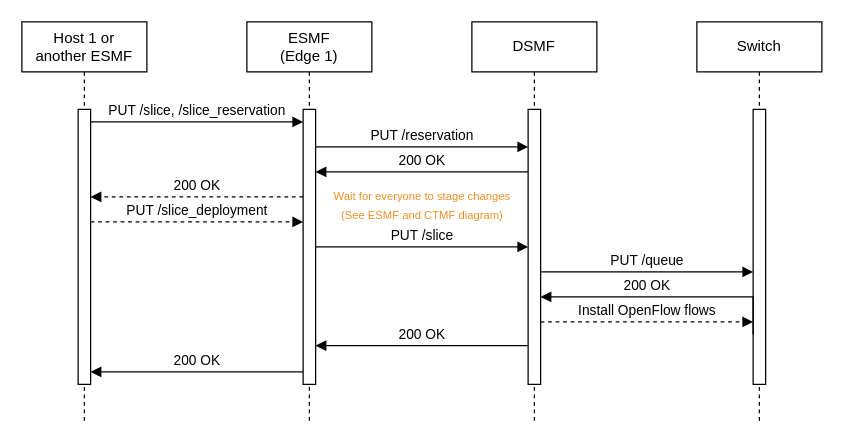
The draw.io diagram diagrams/slice_creation_esmf_to_dsmf.drawio in FriwiDev/thesis, before the edit. Source tidied: cells renumbered, new cells numbered last; positions are measured from the earlier drawing's top-left corner, leaving out a move shared by most shapes. Both pictures are drawn from the tidied source at 125%, with x=0, y=0 at pixel (21, 21).
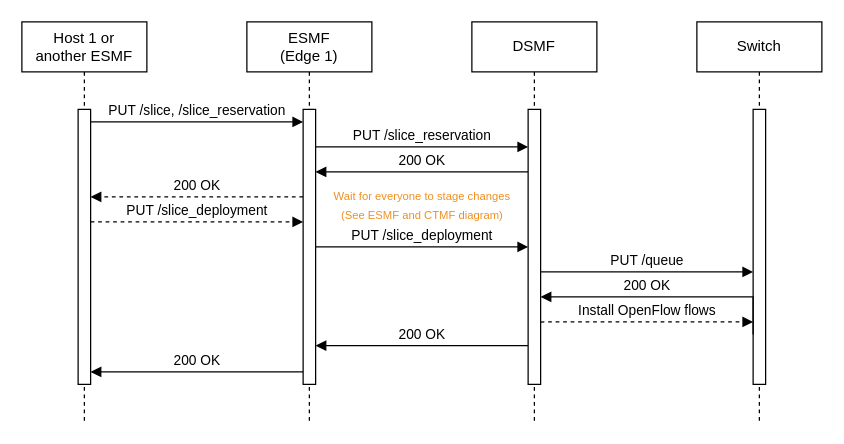
The same page after the edit.

Commit message (it also covers changes not shown here):
Change API to make DTMF a subset of DSMF -> Saves implementation effort

The change refers to these unchanged cells:
```xml
<mxCell id="5" style="html=1;points=[];perimeter=orthogonalPerimeter;outlineConnect=0;targetShapes=umlLifeline;portConstraint=eastwest;newEdgeStyle={&quot;edgeStyle&quot;:&quot;elbowEdgeStyle&quot;,&quot;elbow&quot;:&quot;vertical&quot;,&quot;curved&quot;:0,&quot;rounded&quot;:0};" parent="4" vertex="1">
  <mxGeometry x="45" y="70" width="10" height="220" as="geometry" />
</mxCell>
<mxCell id="8" style="html=1;points=[];perimeter=orthogonalPerimeter;outlineConnect=0;targetShapes=umlLifeline;portConstraint=eastwest;newEdgeStyle={&quot;edgeStyle&quot;:&quot;elbowEdgeStyle&quot;,&quot;elbow&quot;:&quot;vertical&quot;,&quot;curved&quot;:0,&quot;rounded&quot;:0};" parent="7" vertex="1">
  <mxGeometry x="45" y="70" width="10" height="220" as="geometry" />
</mxCell>
```

What changed in the source:
```diff
@@
-    <mxCell id="11" value="PUT /reservation" style="html=1;verticalAlign=bottom;endArrow=block;edgeStyle=elbowEdgeStyle;elbow=vertical;curved=0;rounded=0;" parent="1" edge="1" source="5" target="8">
+    <mxCell id="11" value="PUT /slice_reservation" style="html=1;verticalAlign=bottom;endArrow=block;edgeStyle=elbowEdgeStyle;elbow=vertical;curved=0;rounded=0;" parent="1" edge="1" source="5" target="8">
       <mxGeometry relative="1" as="geometry">
         <Array as="points">
           <mxPoint x="325" y="100" />
         </Array>
       </mxGeometry>
     </mxCell>
@@
-    <mxCell id="13" value="PUT /slice" style="html=1;verticalAlign=bottom;endArrow=block;edgeStyle=elbowEdgeStyle;elbow=vertical;curved=0;rounded=0;" parent="1" edge="1">
+    <mxCell id="13" value="PUT /slice_deployment" style="html=1;verticalAlign=bottom;endArrow=block;edgeStyle=elbowEdgeStyle;elbow=vertical;curved=0;rounded=0;" parent="1" edge="1">
       <mxGeometry relative="1" as="geometry">
         <mxPoint x="235" y="180" as="sourcePoint" />
         <mxPoint x="405" y="180" as="targetPoint" />
         <Array as="points">
           <mxPoint x="320" y="180" />
         </Array>
       </mxGeometry>
     </mxCell>
```
